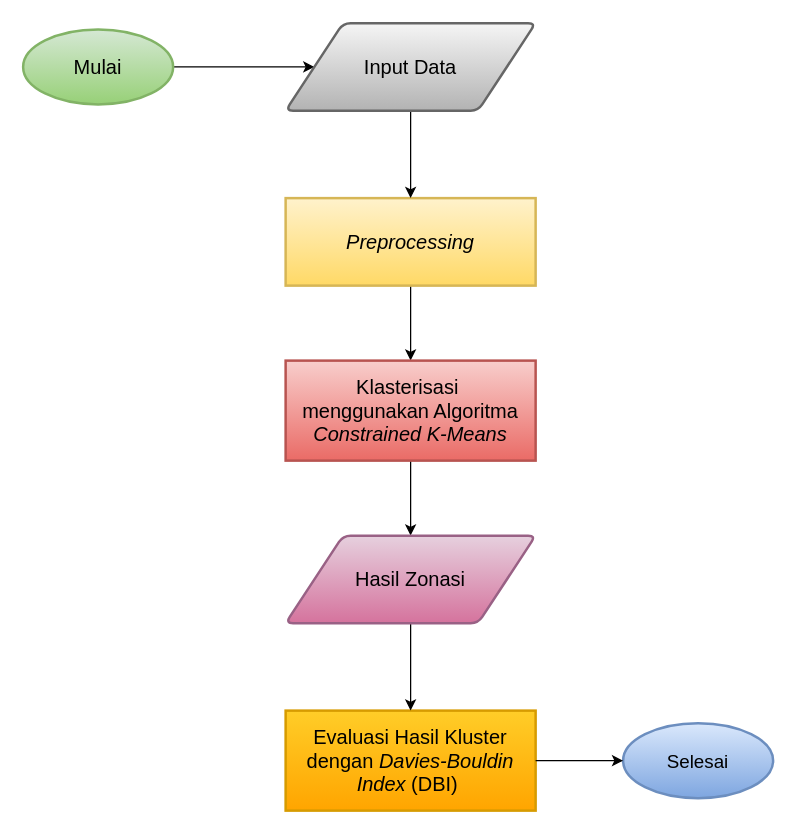
Before: page "Halaman-5" (4 of 7) of Diagram Tanpa Judul.drawio in NayaRPL/bebas, a draw.io diagram. Source tidied: cells renumbered, new cells numbered last; positions are measured from the earlier drawing's top-left corner, leaving out a move shared by most shapes. Both pictures are drawn from the tidied source at 125%, with x=0, y=0 at pixel (22, 22).
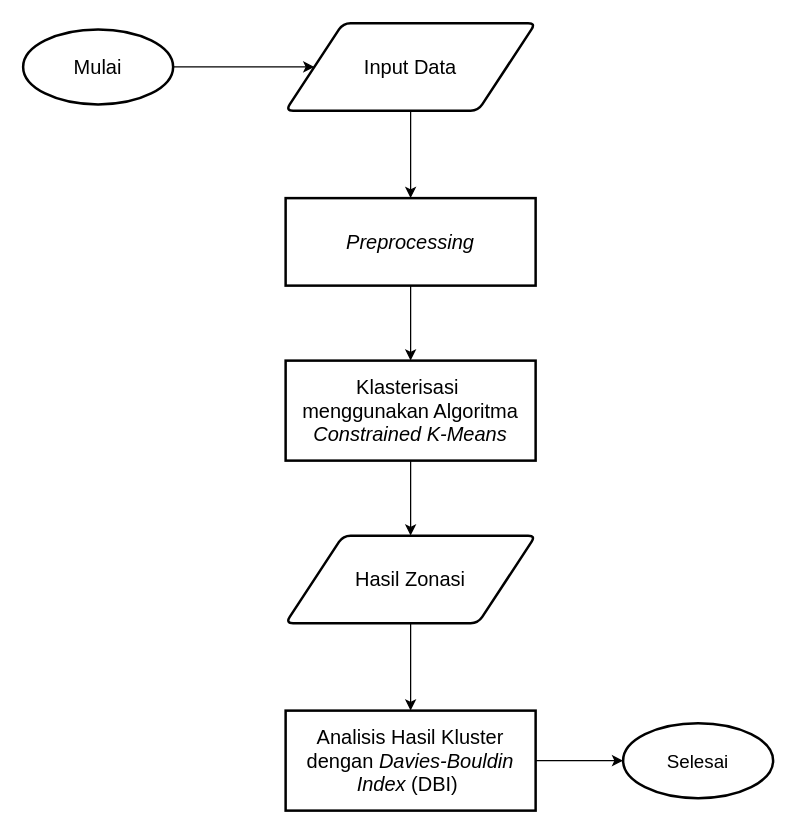
The same diagram, later.

Diff of the diagram source:
```diff
@@
 <mxGraphModel>
   <root>
     <mxCell id="0" />
     <mxCell id="1" parent="0" />
     <mxCell id="2" style="edgeStyle=orthogonalEdgeStyle;rounded=0;jettySize=auto;html=1;exitX=1;exitY=0.5;exitDx=0;exitDy=0;exitPerimeter=0;entryX=0;entryY=0.5;entryDx=0;entryDy=0;" parent="1" edge="1" source="3" target="10">
       <mxGeometry relative="1" as="geometry" />
     </mxCell>
-    <mxCell id="3" value="&lt;font style=&quot;font-size: 16px;&quot;&gt;Mulai&lt;/font&gt;" style="strokeWidth=2;html=1;shape=mxgraph.flowchart.start_1;whiteSpace=wrap;fillColor=#d5e8d4;strokeColor=#82b366;gradientColor=#97d077;" parent="1" vertex="1">
+    <mxCell id="3" value="&lt;font style=&quot;font-size: 16px;&quot;&gt;Mulai&lt;/font&gt;" style="strokeWidth=2;html=1;shape=mxgraph.flowchart.start_1;whiteSpace=wrap;" parent="1" vertex="1">
       <mxGeometry y="5" width="120" height="60" as="geometry" />
     </mxCell>
     <mxCell id="4" style="edgeStyle=orthogonalEdgeStyle;rounded=0;jettySize=auto;html=1;exitX=0.5;exitY=1;exitDx=0;exitDy=0;entryX=0.5;entryY=0;entryDx=0;entryDy=0;" parent="1" edge="1" source="5" target="7">
       <mxGeometry relative="1" as="geometry" />
     </mxCell>
-    <mxCell id="5" value="&lt;font style=&quot;font-size: 16px;&quot;&gt;&lt;i style=&quot;&quot;&gt;Preprocessing&lt;/i&gt;&lt;/font&gt;" style="rounded=0;whiteSpace=wrap;html=1;absoluteArcSize=1;arcSize=14;strokeWidth=2;fillColor=#fff2cc;gradientColor=#ffd966;strokeColor=#d6b656;" parent="1" vertex="1">
+    <mxCell id="5" value="&lt;font style=&quot;font-size: 16px;&quot;&gt;&lt;i style=&quot;&quot;&gt;Preprocessing&lt;/i&gt;&lt;/font&gt;" style="rounded=0;whiteSpace=wrap;html=1;absoluteArcSize=1;arcSize=14;strokeWidth=2;" parent="1" vertex="1">
       <mxGeometry x="210" y="140" width="200" height="70" as="geometry" />
     </mxCell>
     <mxCell id="6" style="edgeStyle=orthogonalEdgeStyle;rounded=0;jettySize=auto;html=1;exitX=0.5;exitY=1;exitDx=0;exitDy=0;entryX=0.5;entryY=0;entryDx=0;entryDy=0;" parent="1" edge="1" source="7" target="13">
       <mxGeometry relative="1" as="geometry" />
     </mxCell>
-    <mxCell id="7" value="&lt;font style=&quot;font-size: 16px;&quot;&gt;Klasterisasi&amp;nbsp;&lt;/font&gt;&lt;div&gt;&lt;font style=&quot;font-size: 16px;&quot;&gt;menggunakan Algoritma &lt;i style=&quot;&quot;&gt;Constrained&amp;nbsp;K-Means&lt;/i&gt;&lt;/font&gt;&lt;/div&gt;" style="rounded=0;whiteSpace=wrap;html=1;absoluteArcSize=1;arcSize=14;strokeWidth=2;fillColor=#f8cecc;gradientColor=#ea6b66;strokeColor=#b85450;" parent="1" vertex="1">
+    <mxCell id="7" value="&lt;font style=&quot;font-size: 16px;&quot;&gt;Klasterisasi&amp;nbsp;&lt;/font&gt;&lt;div&gt;&lt;font style=&quot;font-size: 16px;&quot;&gt;menggunakan Algoritma &lt;i style=&quot;&quot;&gt;Constrained&amp;nbsp;K-Means&lt;/i&gt;&lt;/font&gt;&lt;/div&gt;" style="rounded=0;whiteSpace=wrap;html=1;absoluteArcSize=1;arcSize=14;strokeWidth=2;" parent="1" vertex="1">
       <mxGeometry x="210" y="270" width="200" height="80" as="geometry" />
     </mxCell>
-    <mxCell id="8" value="&lt;font style=&quot;font-size: 15px;&quot;&gt;Selesai&lt;/font&gt;" style="strokeWidth=2;html=1;shape=mxgraph.flowchart.start_1;whiteSpace=wrap;fillColor=#dae8fc;gradientColor=#7ea6e0;strokeColor=#6c8ebf;" parent="1" vertex="1">
+    <mxCell id="8" value="&lt;font style=&quot;font-size: 15px;&quot;&gt;Selesai&lt;/font&gt;" style="strokeWidth=2;html=1;shape=mxgraph.flowchart.start_1;whiteSpace=wrap;" parent="1" vertex="1">
       <mxGeometry x="480" y="560" width="120" height="60" as="geometry" />
     </mxCell>
     <mxCell id="9" style="edgeStyle=orthogonalEdgeStyle;rounded=0;jettySize=auto;html=1;exitX=0.5;exitY=1;exitDx=0;exitDy=0;entryX=0.5;entryY=0;entryDx=0;entryDy=0;" parent="1" edge="1" source="10" target="5">
       <mxGeometry relative="1" as="geometry" />
     </mxCell>
-    <mxCell id="10" value="&lt;font style=&quot;font-size: 16px;&quot;&gt;Input Data&lt;/font&gt;" style="shape=parallelogram;html=1;strokeWidth=2;perimeter=parallelogramPerimeter;whiteSpace=wrap;rounded=1;arcSize=12;size=0.23;fillColor=#f5f5f5;gradientColor=#b3b3b3;strokeColor=#666666;" parent="1" vertex="1">
+    <mxCell id="10" value="&lt;font style=&quot;font-size: 16px;&quot;&gt;Input Data&lt;/font&gt;" style="shape=parallelogram;html=1;strokeWidth=2;perimeter=parallelogramPerimeter;whiteSpace=wrap;rounded=1;arcSize=12;size=0.23;" parent="1" vertex="1">
       <mxGeometry x="210" width="200" height="70" as="geometry" />
     </mxCell>
-    <mxCell id="11" value="&lt;font style=&quot;font-size: 16px;&quot;&gt;Evaluasi Hasil Kluster dengan&amp;nbsp;&lt;font style=&quot;&quot;&gt;&lt;i&gt;Davies-Bouldin Index&lt;/i&gt; (DBI)&amp;nbsp;&lt;/font&gt;&lt;/font&gt;" style="rounded=0;whiteSpace=wrap;html=1;absoluteArcSize=1;arcSize=14;strokeWidth=2;fillColor=#ffcd28;gradientColor=#ffa500;strokeColor=#d79b00;" parent="1" vertex="1">
+    <mxCell id="11" value="&lt;font style=&quot;font-size: 16px;&quot;&gt;Analisis Hasil Kluster dengan&amp;nbsp;&lt;font style=&quot;&quot;&gt;&lt;i&gt;Davies-Bouldin Index&lt;/i&gt; (DBI)&amp;nbsp;&lt;/font&gt;&lt;/font&gt;" style="rounded=0;whiteSpace=wrap;html=1;absoluteArcSize=1;arcSize=14;strokeWidth=2;" parent="1" vertex="1">
       <mxGeometry x="210" y="550" width="200" height="80" as="geometry" />
     </mxCell>
     <mxCell id="12" style="edgeStyle=orthogonalEdgeStyle;rounded=0;jettySize=auto;html=1;exitX=0.5;exitY=1;exitDx=0;exitDy=0;entryX=0.5;entryY=0;entryDx=0;entryDy=0;" parent="1" edge="1" source="13" target="11">
       <mxGeometry relative="1" as="geometry" />
     </mxCell>
-    <mxCell id="13" value="&lt;font style=&quot;font-size: 16px;&quot;&gt;Hasil Zonasi&lt;/font&gt;" style="shape=parallelogram;html=1;strokeWidth=2;perimeter=parallelogramPerimeter;whiteSpace=wrap;rounded=1;arcSize=12;size=0.23;fillColor=#e6d0de;gradientColor=#d5739d;strokeColor=#996185;" parent="1" vertex="1">
+    <mxCell id="13" value="&lt;font style=&quot;font-size: 16px;&quot;&gt;Hasil Zonasi&lt;/font&gt;" style="shape=parallelogram;html=1;strokeWidth=2;perimeter=parallelogramPerimeter;whiteSpace=wrap;rounded=1;arcSize=12;size=0.23;" parent="1" vertex="1">
       <mxGeometry x="210" y="410" width="200" height="70" as="geometry" />
     </mxCell>
     <mxCell id="14" style="edgeStyle=orthogonalEdgeStyle;rounded=0;jettySize=auto;html=1;exitX=1;exitY=0.5;exitDx=0;exitDy=0;entryX=0;entryY=0.5;entryDx=0;entryDy=0;entryPerimeter=0;" parent="1" edge="1" source="11" target="8">
       <mxGeometry relative="1" as="geometry" />
     </mxCell>
   </root>
 </mxGraphModel>
```
